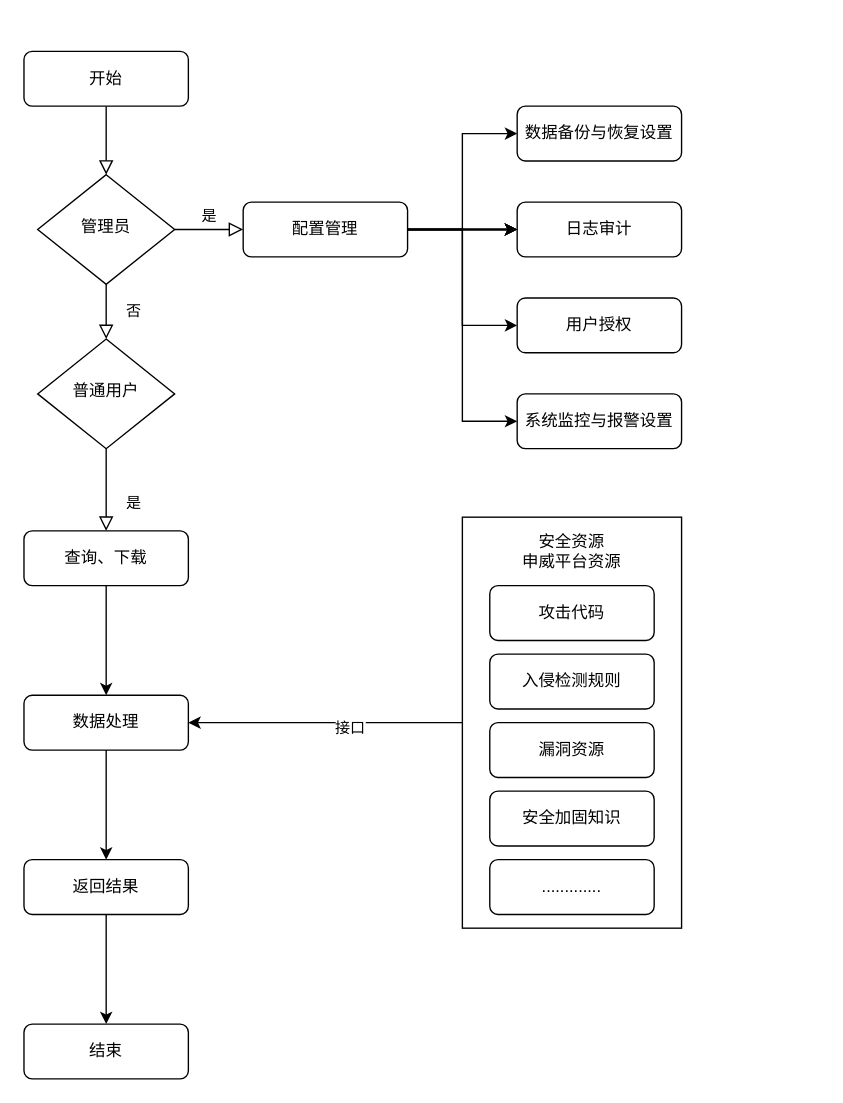
This is 安全资源仓库/安全资源仓库-业务流程.drawio from J0o1h/draw.io, a draw.io file, before an edit. Source tidied: cells renumbered, new cells numbered last; positions are measured from the earlier drawing's top-left corner, leaving out a move shared by most shapes. Both pictures are drawn from the tidied source at 137%, with x=0, y=0 at pixel (23, 51).
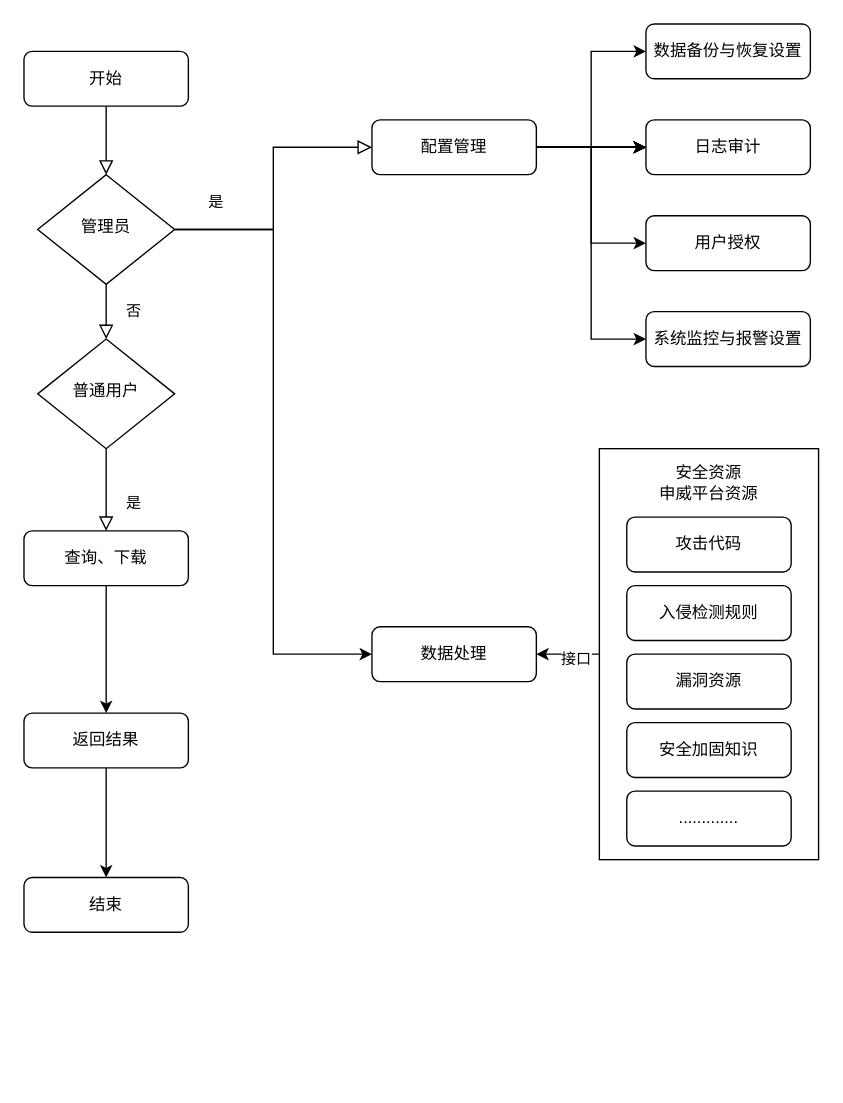
After the change.

Commit message:
Update 安全资源仓库-业务流程.drawio

The change refers to these unchanged cells:
```xml
<mxCell id="6" value="管理员" style="rhombus;whiteSpace=wrap;html=1;shadow=0;fontFamily=Helvetica;fontSize=12;align=center;strokeWidth=1;spacing=6;spacingTop=-4;" parent="1" vertex="1">
  <mxGeometry x="10" y="90" width="100" height="80" as="geometry" />
</mxCell>
<mxCell id="19" value="查询、下载" style="rounded=1;whiteSpace=wrap;html=1;fontSize=12;glass=0;strokeWidth=1;shadow=0;" parent="1" vertex="1">
  <mxGeometry y="350" width="120" height="40" as="geometry" />
</mxCell>
```

The edit, as a diff of the source:
```diff
@@
     <mxCell id="5" value="是" style="edgeStyle=orthogonalEdgeStyle;rounded=0;html=1;jettySize=auto;fontSize=11;endArrow=block;endFill=0;endSize=8;strokeWidth=1;shadow=0;labelBackgroundColor=none;" parent="1" edge="1" source="6" target="15">
-      <mxGeometry y="10" relative="1" as="geometry" />
+      <mxGeometry x="-0.71" y="20" relative="1" as="geometry" />
     </mxCell>
+    <mxCell id="38" style="edgeStyle=orthogonalEdgeStyle;rounded=0;jettySize=auto;html=1;entryX=0;entryY=0.5;entryDx=0;entryDy=0;" parent="1" edge="1" source="6" target="22">
+      <mxGeometry relative="1" as="geometry" />
+    </mxCell>
@@
     <mxCell id="15" value="配置管理" style="rounded=1;whiteSpace=wrap;html=1;fontSize=12;glass=0;strokeWidth=1;shadow=0;" parent="1" vertex="1">
-      <mxGeometry x="160" y="110" width="120" height="40" as="geometry" />
+      <mxGeometry x="254" y="50" width="120" height="40" as="geometry" />
     </mxCell>
@@
-    <mxCell id="18" style="edgeStyle=orthogonalEdgeStyle;rounded=0;jettySize=auto;html=1;" parent="1" edge="1" source="19" target="22">
-      <mxGeometry relative="1" as="geometry" />
-    </mxCell>
+    <mxCell id="39" style="edgeStyle=orthogonalEdgeStyle;rounded=0;jettySize=auto;html=1;entryX=0.5;entryY=0;entryDx=0;entryDy=0;" parent="1" edge="1" source="19" target="24">
+      <mxGeometry relative="1" as="geometry" />
+    </mxCell>
@@
     <mxCell id="20" value="日志审计" style="rounded=1;whiteSpace=wrap;html=1;fontSize=12;glass=0;strokeWidth=1;shadow=0;" parent="1" vertex="1">
-      <mxGeometry x="360" y="110" width="120" height="40" as="geometry" />
+      <mxGeometry x="454" y="50" width="120" height="40" as="geometry" />
     </mxCell>
-    <mxCell id="21" style="edgeStyle=orthogonalEdgeStyle;rounded=0;jettySize=auto;html=1;" parent="1" edge="1" source="22" target="24">
-      <mxGeometry relative="1" as="geometry" />
-    </mxCell>
     <mxCell id="22" value="数据处理" style="rounded=1;whiteSpace=wrap;html=1;fontSize=12;glass=0;strokeWidth=1;shadow=0;" parent="1" vertex="1">
-      <mxGeometry y="470" width="120" height="40" as="geometry" />
+      <mxGeometry x="254" y="420" width="120" height="40" as="geometry" />
     </mxCell>
@@
     <mxCell id="24" value="返回结果" style="rounded=1;whiteSpace=wrap;html=1;fontSize=12;glass=0;strokeWidth=1;shadow=0;" parent="1" vertex="1">
-      <mxGeometry y="590" width="120" height="40" as="geometry" />
+      <mxGeometry y="483" width="120" height="40" as="geometry" />
     </mxCell>
     <mxCell id="25" value="结束" style="rounded=1;whiteSpace=wrap;html=1;fontSize=12;glass=0;strokeWidth=1;shadow=0;" parent="1" vertex="1">
-      <mxGeometry y="710" width="120" height="40" as="geometry" />
+      <mxGeometry y="603" width="120" height="40" as="geometry" />
     </mxCell>
     <mxCell id="26" value="用户授权" style="rounded=1;whiteSpace=wrap;html=1;fontSize=12;glass=0;strokeWidth=1;shadow=0;" parent="1" vertex="1">
-      <mxGeometry x="360" y="180" width="120" height="40" as="geometry" />
+      <mxGeometry x="454" y="120" width="120" height="40" as="geometry" />
     </mxCell>
     <mxCell id="27" value="数据备份与恢复设置" style="rounded=1;whiteSpace=wrap;html=1;fontSize=12;glass=0;strokeWidth=1;shadow=0;" parent="1" vertex="1">
-      <mxGeometry x="360" y="40" width="120" height="40" as="geometry" />
+      <mxGeometry x="454" y="-20" width="120" height="40" as="geometry" />
     </mxCell>
     <mxCell id="28" value="系统监控与报警设置" style="rounded=1;whiteSpace=wrap;html=1;fontSize=12;glass=0;strokeWidth=1;shadow=0;" parent="1" vertex="1">
-      <mxGeometry x="360" y="250" width="120" height="40" as="geometry" />
+      <mxGeometry x="454" y="190" width="120" height="40" as="geometry" />
     </mxCell>
@@
     <mxCell id="31" style="whiteSpace=wrap;html=1;" parent="1" vertex="1">
-      <mxGeometry x="320" y="340" width="160" height="300" as="geometry" />
+      <mxGeometry x="420" y="290" width="160" height="300" as="geometry" />
     </mxCell>
     <mxCell id="32" value="攻击代码" style="rounded=1;whiteSpace=wrap;html=1;fontSize=12;glass=0;strokeWidth=1;shadow=0;" parent="1" vertex="1">
-      <mxGeometry x="340" y="390" width="120" height="40" as="geometry" />
+      <mxGeometry x="440" y="340" width="120" height="40" as="geometry" />
     </mxCell>
     <mxCell id="33" value="入侵检测规则" style="rounded=1;whiteSpace=wrap;html=1;fontSize=12;glass=0;strokeWidth=1;shadow=0;" parent="1" vertex="1">
-      <mxGeometry x="340" y="440" width="120" height="40" as="geometry" />
+      <mxGeometry x="440" y="390" width="120" height="40" as="geometry" />
     </mxCell>
     <mxCell id="34" value="漏洞资源" style="rounded=1;whiteSpace=wrap;html=1;fontSize=12;glass=0;strokeWidth=1;shadow=0;" parent="1" vertex="1">
-      <mxGeometry x="340" y="490" width="120" height="40" as="geometry" />
+      <mxGeometry x="440" y="440" width="120" height="40" as="geometry" />
     </mxCell>
     <mxCell id="35" value="安全加固知识" style="rounded=1;whiteSpace=wrap;html=1;fontSize=12;glass=0;strokeWidth=1;shadow=0;" parent="1" vertex="1">
-      <mxGeometry x="340" y="540" width="120" height="40" as="geometry" />
+      <mxGeometry x="440" y="490" width="120" height="40" as="geometry" />
     </mxCell>
     <mxCell id="36" value="............." style="rounded=1;whiteSpace=wrap;html=1;fontSize=12;glass=0;strokeWidth=1;shadow=0;" parent="1" vertex="1">
-      <mxGeometry x="340" y="590" width="120" height="40" as="geometry" />
+      <mxGeometry x="440" y="540" width="120" height="40" as="geometry" />
     </mxCell>
     <mxCell id="37" value="&lt;div&gt;安全资源&lt;/div&gt;&lt;div&gt;申威平台资源&lt;/div&gt;" style="text;strokeColor=none;align=center;fillColor=none;html=1;verticalAlign=middle;whiteSpace=wrap;rounded=0;" parent="1" vertex="1">
-      <mxGeometry x="360" y="350" width="80" height="30" as="geometry" />
+      <mxGeometry x="460" y="300" width="80" height="30" as="geometry" />
     </mxCell>
```
